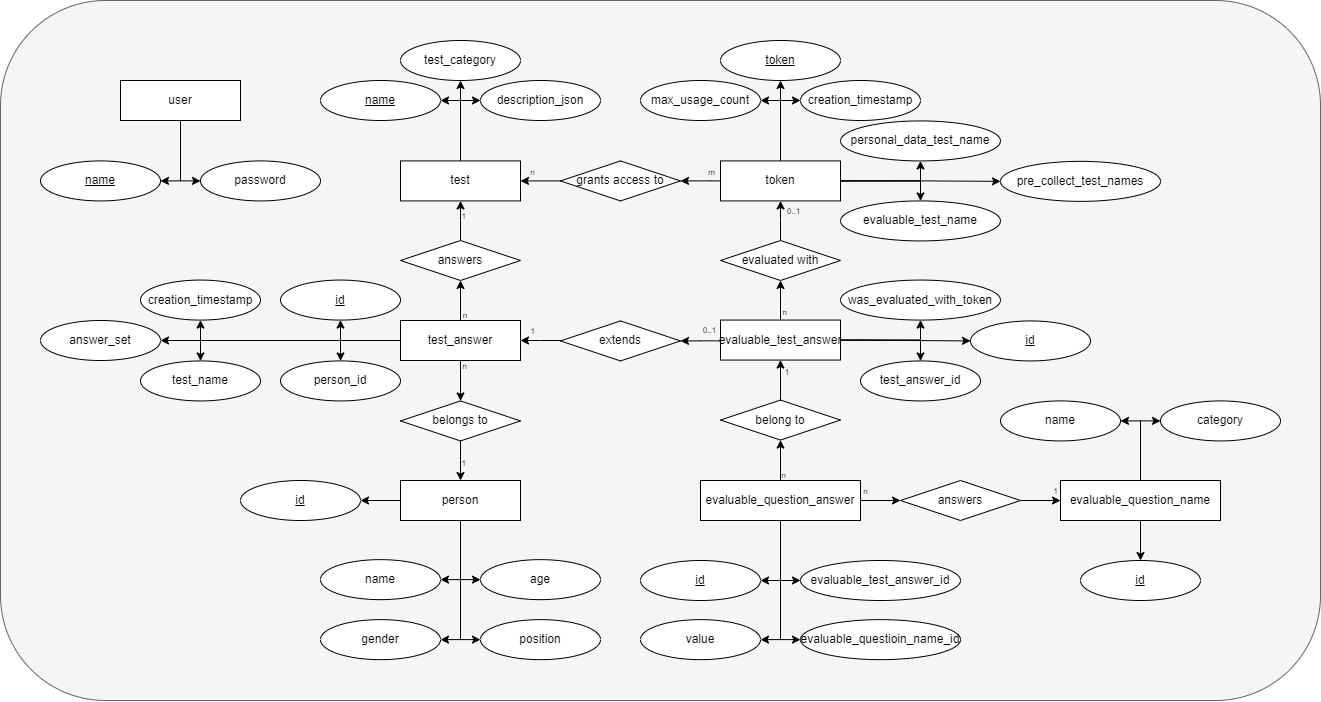
Niwo1403/test-system keeps this draw.io diagram as doc/diagrams/ER model.png. Above is the earlier version. Source tidied: cells renumbered, new cells last; positions are measured from the earlier drawing's top-left corner, leaving out a move shared by most shapes.
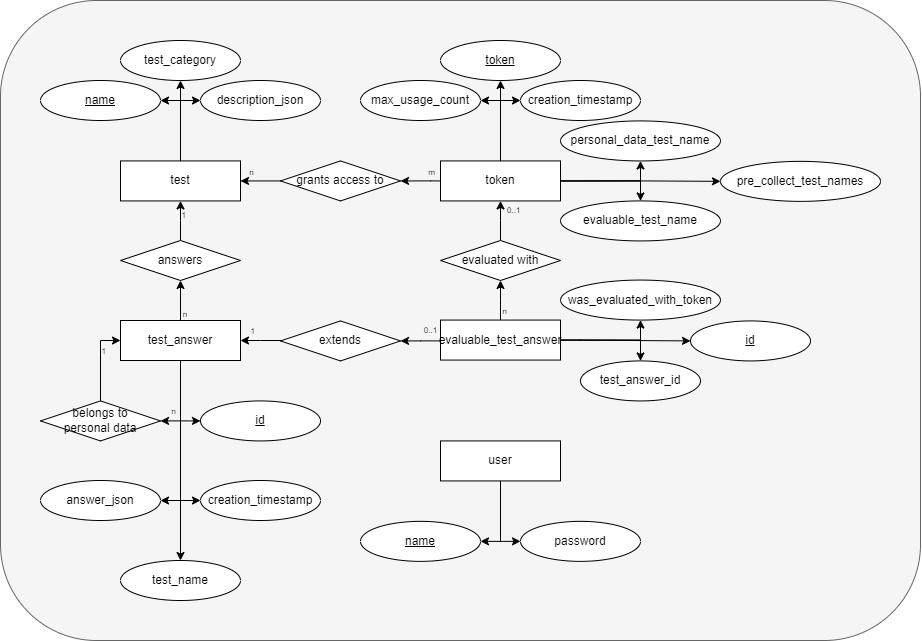
Above is the later version.

Commit message:
Adjusted diagrams to last refactorings.

Diff of the diagram source:
```diff
@@ -2,8 +2,8 @@
   <root>
     <mxCell id="0" />
     <mxCell id="1" parent="0" />
-    <mxCell id="2" style="rounded=1;whiteSpace=wrap;html=1;strokeColor=#666666;fillColor=#f5f5f5;fontColor=#333333;" parent="1" vertex="1">
-      <mxGeometry width="1320" height="700" as="geometry" />
+    <mxCell id="2" style="rounded=1;whiteSpace=wrap;html=1;fillColor=#f5f5f5;fontColor=#333333;strokeColor=#666666;" parent="1" vertex="1">
+      <mxGeometry x="280" width="920" height="640" as="geometry" />
     </mxCell>
     <mxCell id="3" style="edgeStyle=orthogonalEdgeStyle;rounded=0;jettySize=auto;html=1;entryX=1;entryY=0.5;entryDx=0;entryDy=0;" parent="1" edge="1" source="6" target="7">
       <mxGeometry relative="1" as="geometry" />
@@ -29,36 +29,30 @@
     <mxCell id="10" value="&amp;nbsp; &amp;nbsp; n" style="edgeLabel;html=1;align=center;verticalAlign=middle;fontSize=8;labelBackgroundColor=none;" parent="9" vertex="1">
       <mxGeometry x="-0.69" y="1" relative="1" as="geometry" />
     </mxCell>
-    <mxCell id="11" style="edgeStyle=orthogonalEdgeStyle;rounded=0;jettySize=auto;html=1;" parent="1" edge="1" source="19" target="31">
+    <mxCell id="11" style="edgeStyle=orthogonalEdgeStyle;rounded=0;jettySize=auto;html=1;exitX=0.5;exitY=1;exitDx=0;exitDy=0;entryX=1;entryY=0.5;entryDx=0;entryDy=0;" parent="1" edge="1" source="19" target="31">
       <mxGeometry relative="1" as="geometry" />
     </mxCell>
     <mxCell id="12" value="&amp;nbsp; n" style="edgeLabel;html=1;align=center;verticalAlign=middle;fontSize=8;labelBackgroundColor=none;" parent="11" vertex="1">
       <mxGeometry x="-0.88" relative="1" as="geometry">
-        <mxPoint y="-10" as="offset" />
+        <mxPoint x="-10" y="45" as="offset" />
       </mxGeometry>
     </mxCell>
-    <mxCell id="13" value="&amp;nbsp; &amp;nbsp;n" style="edgeLabel;html=1;align=center;verticalAlign=middle;fontSize=8;labelBackgroundColor=none;" parent="11" vertex="1">
-      <mxGeometry x="-0.77" relative="1" as="geometry" />
-    </mxCell>
-    <mxCell id="14" style="edgeStyle=orthogonalEdgeStyle;rounded=0;jettySize=auto;html=1;" parent="1" edge="1" source="19" target="34">
+    <mxCell id="14" style="edgeStyle=orthogonalEdgeStyle;rounded=0;jettySize=auto;html=1;entryX=1;entryY=0.5;entryDx=0;entryDy=0;" parent="1" edge="1" source="19" target="34">
       <mxGeometry relative="1" as="geometry" />
     </mxCell>
-    <mxCell id="15" style="edgeStyle=orthogonalEdgeStyle;rounded=0;jettySize=auto;html=1;entryX=0.5;entryY=1;entryDx=0;entryDy=0;" parent="1" edge="1" source="19" target="53">
+    <mxCell id="15" style="edgeStyle=orthogonalEdgeStyle;rounded=0;jettySize=auto;html=1;entryX=0;entryY=0.5;entryDx=0;entryDy=0;" parent="1" edge="1" source="19" target="53">
       <mxGeometry relative="1" as="geometry" />
     </mxCell>
+    <mxCell id="17" style="edgeStyle=orthogonalEdgeStyle;rounded=0;jettySize=auto;html=1;entryX=0.5;entryY=0;entryDx=0;entryDy=0;fontSize=8;" parent="1" edge="1" source="19" target="64">
+      <mxGeometry relative="1" as="geometry" />
+    </mxCell>
-    <mxCell id="16" style="edgeStyle=orthogonalEdgeStyle;rounded=0;jettySize=auto;html=1;entryX=0.5;entryY=1;entryDx=0;entryDy=0;exitX=0;exitY=0.5;exitDx=0;exitDy=0;" parent="1" edge="1" source="19" target="54">
-      <mxGeometry relative="1" as="geometry" />
+    <mxCell id="16" style="edgeStyle=orthogonalEdgeStyle;rounded=0;jettySize=auto;html=1;exitX=0.5;exitY=1;exitDx=0;exitDy=0;entryX=0;entryY=0.5;entryDx=0;entryDy=0;" parent="1" edge="1" source="19" target="54">
+      <mxGeometry relative="1" as="geometry">
+        <Array as="points">
+          <mxPoint x="460" y="420" />
+        </Array>
+      </mxGeometry>
     </mxCell>
-    <mxCell id="17" style="edgeStyle=orthogonalEdgeStyle;rounded=0;jettySize=auto;html=1;entryX=0.5;entryY=0;entryDx=0;entryDy=0;fontSize=8;" parent="1" edge="1" source="19" target="64">
-      <mxGeometry relative="1" as="geometry" />
-    </mxCell>
-    <mxCell id="18" style="edgeStyle=orthogonalEdgeStyle;rounded=0;jettySize=auto;html=1;entryX=0.5;entryY=0;entryDx=0;entryDy=0;fontSize=8;exitX=0;exitY=0.5;exitDx=0;exitDy=0;" parent="1" edge="1" source="19" target="65">
-      <mxGeometry relative="1" as="geometry">
-        <Array as="points">
-          <mxPoint x="340" y="340" />
-        </Array>
-      </mxGeometry>
-    </mxCell>
     <mxCell id="19" value="test_answer" style="rounded=0;whiteSpace=wrap;html=1;" parent="1" vertex="1">
       <mxGeometry x="400" y="320" width="120" height="40" as="geometry" />
     </mxCell>
@@ -71,43 +65,19 @@
     <mxCell id="22" value="answers" style="rhombus;whiteSpace=wrap;html=1;" parent="1" vertex="1">
       <mxGeometry x="400" y="240" width="120" height="40" as="geometry" />
     </mxCell>
-    <mxCell id="23" style="edgeStyle=orthogonalEdgeStyle;rounded=0;jettySize=auto;html=1;entryX=1;entryY=0.5;entryDx=0;entryDy=0;" parent="1" edge="1" source="28" target="32">
-      <mxGeometry relative="1" as="geometry" />
-    </mxCell>
-    <mxCell id="24" style="edgeStyle=orthogonalEdgeStyle;rounded=0;jettySize=auto;html=1;entryX=1;entryY=0.5;entryDx=0;entryDy=0;" parent="1" edge="1" source="28" target="51">
-      <mxGeometry relative="1" as="geometry" />
-    </mxCell>
-    <mxCell id="25" style="edgeStyle=orthogonalEdgeStyle;rounded=0;jettySize=auto;html=1;entryX=0;entryY=0.5;entryDx=0;entryDy=0;" parent="1" edge="1" source="28" target="52">
-      <mxGeometry relative="1" as="geometry" />
-    </mxCell>
-    <mxCell id="26" style="edgeStyle=orthogonalEdgeStyle;rounded=0;jettySize=auto;html=1;entryX=1;entryY=0.5;entryDx=0;entryDy=0;" parent="1" edge="1" source="28" target="50">
-      <mxGeometry relative="1" as="geometry" />
-    </mxCell>
-    <mxCell id="27" style="edgeStyle=orthogonalEdgeStyle;rounded=0;jettySize=auto;html=1;entryX=0;entryY=0.5;entryDx=0;entryDy=0;" parent="1" edge="1" source="28" target="33">
-      <mxGeometry relative="1" as="geometry" />
-    </mxCell>
-    <mxCell id="28" value="person" style="rounded=0;whiteSpace=wrap;html=1;" parent="1" vertex="1">
-      <mxGeometry x="400" y="480" width="120" height="40" as="geometry" />
-    </mxCell>
-    <mxCell id="29" style="edgeStyle=orthogonalEdgeStyle;rounded=0;jettySize=auto;html=1;exitX=0.5;exitY=1;exitDx=0;exitDy=0;" parent="1" edge="1" source="31" target="28">
+    <mxCell id="29" style="edgeStyle=orthogonalEdgeStyle;rounded=0;jettySize=auto;html=1;exitX=0.5;exitY=0;exitDx=0;exitDy=0;entryX=0;entryY=0.5;entryDx=0;entryDy=0;" parent="1" edge="1" source="31" target="19">
       <mxGeometry relative="1" as="geometry" />
     </mxCell>
     <mxCell id="30" value="&amp;nbsp; 1" style="edgeLabel;html=1;align=center;verticalAlign=middle;fontSize=8;labelBackgroundColor=none;" parent="29" vertex="1">
       <mxGeometry x="0.59" relative="1" as="geometry">
-        <mxPoint y="-10" as="offset" />
+        <mxPoint x="-3" y="10" as="offset" />
       </mxGeometry>
     </mxCell>
-    <mxCell id="31" value="belongs to" style="rhombus;whiteSpace=wrap;html=1;" parent="1" vertex="1">
-      <mxGeometry x="400" y="400.4" width="120" height="40" as="geometry" />
+    <mxCell id="31" value="belongs to&lt;br&gt;personal data" style="rhombus;whiteSpace=wrap;html=1;" parent="1" vertex="1">
+      <mxGeometry x="320" y="400.4" width="120" height="40" as="geometry" />
     </mxCell>
-    <mxCell id="32" value="&lt;u&gt;id&lt;br&gt;&lt;/u&gt;" style="ellipse;whiteSpace=wrap;html=1;" parent="1" vertex="1">
-      <mxGeometry x="240" y="480" width="120" height="40" as="geometry" />
-    </mxCell>
-    <mxCell id="33" value="position" style="ellipse;whiteSpace=wrap;html=1;" parent="1" vertex="1">
-      <mxGeometry x="480" y="619.1" width="120" height="40" as="geometry" />
-    </mxCell>
-    <mxCell id="34" value="answer_set" style="ellipse;whiteSpace=wrap;html=1;" parent="1" vertex="1">
-      <mxGeometry x="40" y="320" width="120" height="40" as="geometry" />
+    <mxCell id="34" value="answer_json" style="ellipse;whiteSpace=wrap;html=1;" parent="1" vertex="1">
+      <mxGeometry x="320" y="480" width="120" height="40" as="geometry" />
     </mxCell>
     <mxCell id="35" value="test_category" style="ellipse;whiteSpace=wrap;html=1;" parent="1" vertex="1">
       <mxGeometry x="400" y="40" width="120" height="40" as="geometry" />
@@ -181,20 +151,11 @@
         <mxPoint x="4" y="-10" as="offset" />
       </mxGeometry>
     </mxCell>
-    <mxCell id="50" value="gender" style="ellipse;whiteSpace=wrap;html=1;" parent="1" vertex="1">
-      <mxGeometry x="320" y="619.1" width="120" height="40" as="geometry" />
-    </mxCell>
-    <mxCell id="51" value="name" style="ellipse;whiteSpace=wrap;html=1;" parent="1" vertex="1">
-      <mxGeometry x="320" y="559.1" width="120" height="40" as="geometry" />
-    </mxCell>
-    <mxCell id="52" value="age" style="ellipse;whiteSpace=wrap;html=1;" parent="1" vertex="1">
-      <mxGeometry x="480" y="559.1" width="120" height="40" as="geometry" />
-    </mxCell>
     <mxCell id="53" value="creation_timestamp" style="ellipse;whiteSpace=wrap;html=1;" parent="1" vertex="1">
-      <mxGeometry x="140" y="279.6" width="120" height="40" as="geometry" />
+      <mxGeometry x="480" y="480" width="120" height="40" as="geometry" />
     </mxCell>
     <mxCell id="54" value="&lt;u&gt;id&lt;/u&gt;" style="ellipse;whiteSpace=wrap;html=1;" parent="1" vertex="1">
-      <mxGeometry x="280" y="279.6" width="120" height="40" as="geometry" />
+      <mxGeometry x="480" y="400.4" width="120" height="40" as="geometry" />
     </mxCell>
     <mxCell id="55" style="edgeStyle=orthogonalEdgeStyle;rounded=0;jettySize=auto;html=1;entryX=1;entryY=0.5;entryDx=0;entryDy=0;labelBackgroundColor=none;fontSize=8;" parent="1" edge="1" source="57" target="58">
       <mxGeometry relative="1" as="geometry" />
@@ -203,13 +164,13 @@
       <mxGeometry relative="1" as="geometry" />
     </mxCell>
     <mxCell id="57" value="user" style="rounded=0;whiteSpace=wrap;html=1;" parent="1" vertex="1">
-      <mxGeometry x="120" y="80" width="120" height="40" as="geometry" />
+      <mxGeometry x="720" y="440.4" width="120" height="40" as="geometry" />
     </mxCell>
     <mxCell id="58" value="&lt;u&gt;name&lt;/u&gt;" style="ellipse;whiteSpace=wrap;html=1;" parent="1" vertex="1">
-      <mxGeometry x="40" y="160.4" width="120" height="40" as="geometry" />
+      <mxGeometry x="640" y="520.9" width="120" height="40" as="geometry" />
     </mxCell>
     <mxCell id="59" value="password" style="ellipse;whiteSpace=wrap;html=1;" parent="1" vertex="1">
-      <mxGeometry x="200" y="160.4" width="120" height="40" as="geometry" />
+      <mxGeometry x="800" y="520.9" width="120" height="40" as="geometry" />
     </mxCell>
     <mxCell id="60" value="personal_data_test_name" style="ellipse;whiteSpace=wrap;html=1;" parent="1" vertex="1">
       <mxGeometry x="840" y="120.4" width="160" height="40" as="geometry" />
@@ -224,11 +185,8 @@
       <mxGeometry x="800" y="80" width="120" height="40" as="geometry" />
     </mxCell>
     <mxCell id="64" value="test_name" style="ellipse;whiteSpace=wrap;html=1;" parent="1" vertex="1">
-      <mxGeometry x="140" y="360.4" width="120" height="40" as="geometry" />
+      <mxGeometry x="400" y="560" width="120" height="40" as="geometry" />
     </mxCell>
-    <mxCell id="65" value="person_id" style="ellipse;whiteSpace=wrap;html=1;" parent="1" vertex="1">
-      <mxGeometry x="280" y="360.4" width="120" height="40" as="geometry" />
-    </mxCell>
     <mxCell id="66" value="0..1" style="edgeStyle=orthogonalEdgeStyle;rounded=0;jettySize=auto;html=1;entryX=1;entryY=0.5;entryDx=0;entryDy=0;fontSize=8;labelBackgroundColor=none;" parent="1" edge="1" source="72" target="75">
       <mxGeometry x="-0.5" y="-10" relative="1" as="geometry">
         <Array as="points">
@@ -303,89 +261,5 @@
     <mxCell id="81" value="test_answer_id" style="ellipse;whiteSpace=wrap;html=1;" parent="1" vertex="1">
       <mxGeometry x="860" y="360.4" width="120" height="40" as="geometry" />
     </mxCell>
-    <mxCell id="82" style="edgeStyle=orthogonalEdgeStyle;rounded=0;jettySize=auto;html=1;entryX=1;entryY=0.5;entryDx=0;entryDy=0;labelBackgroundColor=none;fontSize=8;" parent="1" edge="1" source="85" target="88">
-      <mxGeometry relative="1" as="geometry" />
-    </mxCell>
-    <mxCell id="83" style="edgeStyle=orthogonalEdgeStyle;rounded=0;jettySize=auto;html=1;entryX=0;entryY=0.5;entryDx=0;entryDy=0;labelBackgroundColor=none;fontSize=8;" parent="1" edge="1" source="85" target="87">
-      <mxGeometry relative="1" as="geometry" />
-    </mxCell>
-    <mxCell id="84" style="edgeStyle=orthogonalEdgeStyle;rounded=0;jettySize=auto;html=1;labelBackgroundColor=none;fontSize=8;" parent="1" edge="1" source="85" target="86">
-      <mxGeometry relative="1" as="geometry" />
-    </mxCell>
-    <mxCell id="85" value="evaluable_question_name" style="rounded=0;whiteSpace=wrap;html=1;" parent="1" vertex="1">
-      <mxGeometry x="1060" y="480" width="160" height="40" as="geometry" />
-    </mxCell>
-    <mxCell id="86" value="&lt;u&gt;id&lt;/u&gt;" style="ellipse;whiteSpace=wrap;html=1;" parent="1" vertex="1">
-      <mxGeometry x="1080" y="560" width="120" height="40" as="geometry" />
-    </mxCell>
-    <mxCell id="87" value="category" style="ellipse;whiteSpace=wrap;html=1;" parent="1" vertex="1">
-      <mxGeometry x="1160" y="400.4" width="120" height="40" as="geometry" />
-    </mxCell>
-    <mxCell id="88" value="name" style="ellipse;whiteSpace=wrap;html=1;" parent="1" vertex="1">
-      <mxGeometry x="1000" y="400.4" width="120" height="40" as="geometry" />
-    </mxCell>
-    <mxCell id="89" style="edgeStyle=orthogonalEdgeStyle;rounded=0;jettySize=auto;html=1;labelBackgroundColor=none;fontSize=8;entryX=1;entryY=0.5;entryDx=0;entryDy=0;" parent="1" edge="1" source="97" target="101">
-      <mxGeometry relative="1" as="geometry" />
-    </mxCell>
-    <mxCell id="90" style="edgeStyle=orthogonalEdgeStyle;rounded=0;jettySize=auto;html=1;entryX=1;entryY=0.5;entryDx=0;entryDy=0;labelBackgroundColor=none;fontSize=8;" parent="1" edge="1" source="97" target="102">
-      <mxGeometry relative="1" as="geometry" />
-    </mxCell>
-    <mxCell id="91" style="edgeStyle=orthogonalEdgeStyle;rounded=0;jettySize=auto;html=1;entryX=0;entryY=0.5;entryDx=0;entryDy=0;labelBackgroundColor=none;fontSize=8;" parent="1" edge="1" source="97" target="104">
-      <mxGeometry relative="1" as="geometry" />
-    </mxCell>
-    <mxCell id="92" style="edgeStyle=orthogonalEdgeStyle;rounded=0;jettySize=auto;html=1;entryX=0;entryY=0.5;entryDx=0;entryDy=0;labelBackgroundColor=none;fontSize=8;" parent="1" edge="1" source="97" target="103">
-      <mxGeometry relative="1" as="geometry" />
-    </mxCell>
-    <mxCell id="93" style="edgeStyle=orthogonalEdgeStyle;rounded=0;jettySize=auto;html=1;labelBackgroundColor=none;fontSize=8;" parent="1" edge="1" source="97" target="100">
-      <mxGeometry relative="1" as="geometry" />
-    </mxCell>
-    <mxCell id="94" value="&amp;nbsp; n" style="edgeLabel;html=1;align=center;verticalAlign=middle;fontSize=8;labelBackgroundColor=none;" parent="93" vertex="1">
-      <mxGeometry x="-0.71" relative="1" as="geometry" />
-    </mxCell>
-    <mxCell id="95" style="edgeStyle=orthogonalEdgeStyle;rounded=0;jettySize=auto;html=1;labelBackgroundColor=none;fontSize=8;" parent="1" edge="1" source="97" target="107">
-      <mxGeometry relative="1" as="geometry" />
-    </mxCell>
-    <mxCell id="96" value="n" style="edgeLabel;html=1;align=center;verticalAlign=middle;fontSize=8;labelBackgroundColor=none;" parent="95" vertex="1">
-      <mxGeometry x="-0.83" relative="1" as="geometry">
-        <mxPoint y="-10" as="offset" />
-      </mxGeometry>
-    </mxCell>
-    <mxCell id="97" value="evaluable_question_answer" style="rounded=0;whiteSpace=wrap;html=1;" parent="1" vertex="1">
-      <mxGeometry x="700" y="480" width="160" height="40" as="geometry" />
-    </mxCell>
-    <mxCell id="98" style="edgeStyle=orthogonalEdgeStyle;rounded=0;jettySize=auto;html=1;entryX=0.5;entryY=1;entryDx=0;entryDy=0;labelBackgroundColor=none;fontSize=8;" parent="1" edge="1" source="100" target="72">
-      <mxGeometry relative="1" as="geometry" />
-    </mxCell>
-    <mxCell id="99" value="&amp;nbsp; &amp;nbsp; &amp;nbsp;1" style="edgeLabel;html=1;align=center;verticalAlign=middle;fontSize=8;labelBackgroundColor=none;" parent="98" vertex="1">
-      <mxGeometry x="0.65" y="1" relative="1" as="geometry">
-        <mxPoint x="1" y="4" as="offset" />
-      </mxGeometry>
-    </mxCell>
-    <mxCell id="100" value="belong to" style="rhombus;whiteSpace=wrap;html=1;" parent="1" vertex="1">
-      <mxGeometry x="720" y="399.6" width="120" height="40" as="geometry" />
-    </mxCell>
-    <mxCell id="101" value="&lt;u&gt;id&lt;/u&gt;" style="ellipse;whiteSpace=wrap;html=1;" parent="1" vertex="1">
-      <mxGeometry x="640" y="560" width="120" height="40" as="geometry" />
-    </mxCell>
-    <mxCell id="102" value="value" style="ellipse;whiteSpace=wrap;html=1;" parent="1" vertex="1">
-      <mxGeometry x="640" y="619.1" width="120" height="40" as="geometry" />
-    </mxCell>
-    <mxCell id="103" value="evaluable_questioin_name_id" style="ellipse;whiteSpace=wrap;html=1;" parent="1" vertex="1">
-      <mxGeometry x="800" y="619.1" width="160" height="40" as="geometry" />
-    </mxCell>
-    <mxCell id="104" value="evaluable_test_answer_id" style="ellipse;whiteSpace=wrap;html=1;" parent="1" vertex="1">
-      <mxGeometry x="800" y="560" width="160" height="40" as="geometry" />
-    </mxCell>
-    <mxCell id="105" style="edgeStyle=orthogonalEdgeStyle;rounded=0;jettySize=auto;html=1;labelBackgroundColor=none;fontSize=8;" parent="1" edge="1" source="107" target="85">
-      <mxGeometry relative="1" as="geometry" />
-    </mxCell>
-    <mxCell id="106" value="1" style="edgeLabel;html=1;align=center;verticalAlign=middle;fontSize=8;labelBackgroundColor=none;" parent="105" vertex="1">
-      <mxGeometry x="0.72" relative="1" as="geometry">
-        <mxPoint y="-10" as="offset" />
-      </mxGeometry>
-    </mxCell>
-    <mxCell id="107" value="answers" style="rhombus;whiteSpace=wrap;html=1;" parent="1" vertex="1">
-      <mxGeometry x="900" y="480" width="120" height="40" as="geometry" />
-    </mxCell>
   </root>
 </mxGraphModel>
```
